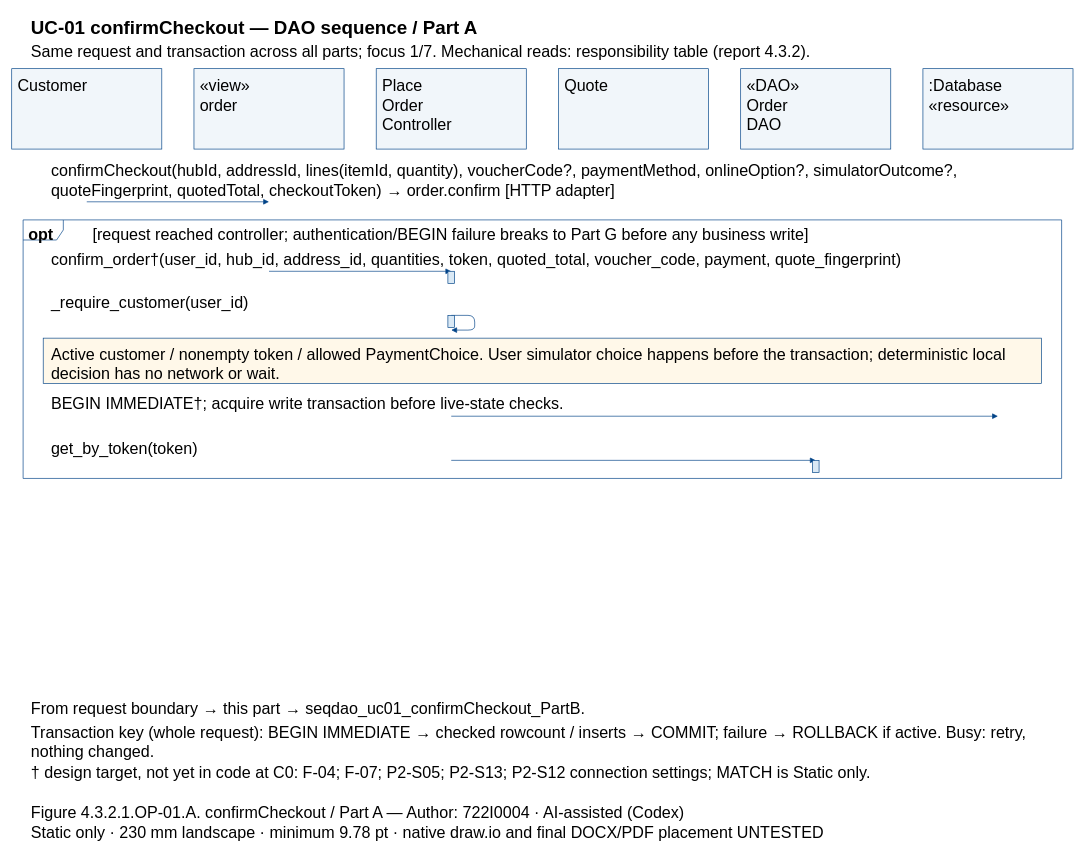
Dat071104/SaigonBite keeps this draw.io diagram as models/UC-01/seqdao_uc01_confirmCheckout_PartA.drawio. Above is the earlier version. Source tidied: cells renumbered, new cells numbered last; positions are measured from the earlier drawing's top-left corner, leaving out a move shared by most shapes. Both pictures are drawn from the tidied source at 67%, with x=0, y=0 at pixel (11, 11).
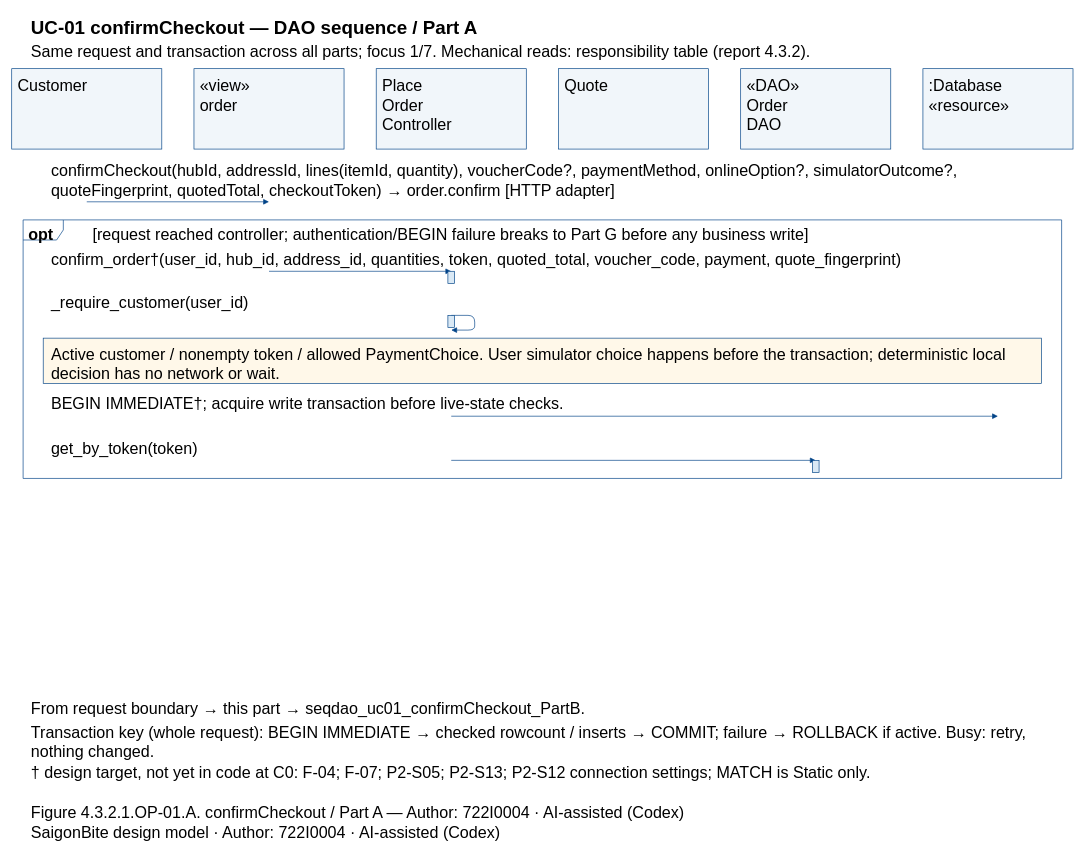
The same diagram, later.

What changed in the source:
```diff
@@
-    <mxCell id="48" value="Static only · 230 mm landscape · minimum 9.78 pt · native draw.io and final DOCX/PDF placement UNTESTED" style="text;html=0;whiteSpace=wrap;align=left;verticalAlign=top;strokeColor=none;fillColor=none;fontFamily=Arial;fontSize=24;fontStyle=0;" parent="1" vertex="1">
+    <mxCell id="48" value="SaigonBite design model · Author: 722I0004 · AI-assisted (Codex)" style="text;html=0;whiteSpace=wrap;align=left;verticalAlign=top;strokeColor=none;fillColor=none;fontFamily=Arial;fontSize=24;fontStyle=0;" parent="1" vertex="1">
       <mxGeometry x="27" y="1205" width="1530" height="27.8" as="geometry" />
     </mxCell>
```
